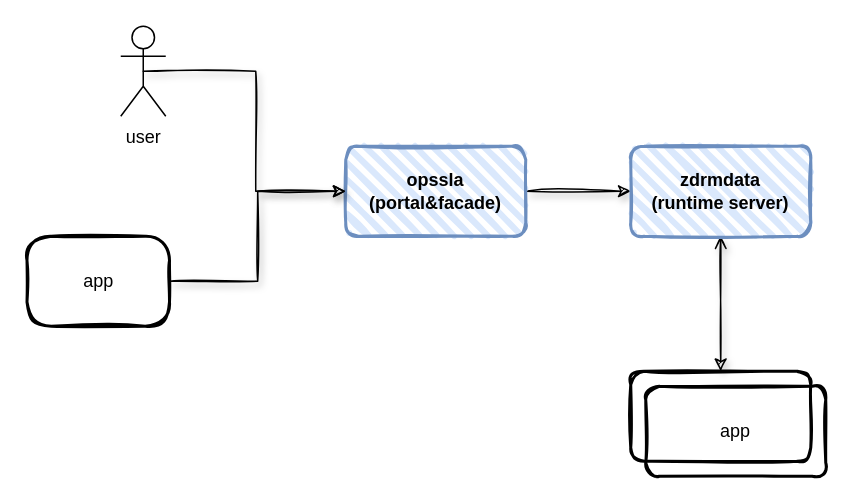
This is page "Page-2" (1 of 3) of drm-arch.drawio from atellwu/atellwu.github.io, a draw.io file, before an edit. Source tidied: cells renumbered, new cells numbered last; positions are measured from the earlier drawing's top-left corner, leaving out a move shared by most shapes. Both pictures are drawn from the tidied source at 150%, with x=0, y=0 at pixel (27, 26).
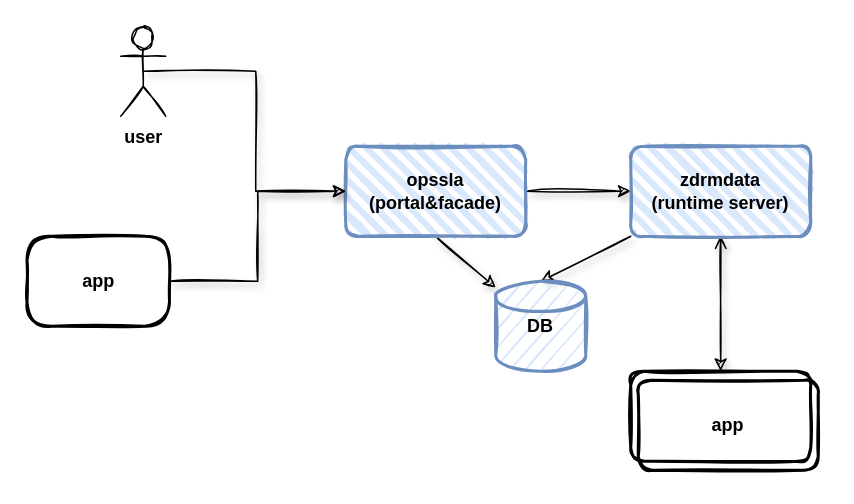
The same diagram, later.

What changed in the source:
```diff
@@
 <mxGraphModel>
   <root>
     <mxCell id="0" />
     <mxCell id="1" parent="0" />
     <mxCell id="2" style="edgeStyle=orthogonalEdgeStyle;rounded=0;jettySize=auto;html=1;exitX=1;exitY=0.5;exitDx=0;exitDy=0;entryX=0;entryY=0.5;entryDx=0;entryDy=0;shadow=1;sketch=1;" parent="1" edge="1" source="3" target="5">
       <mxGeometry relative="1" as="geometry" />
     </mxCell>
+    <mxCell id="12" style="edgeStyle=none;rounded=1;sketch=1;jettySize=auto;html=1;exitX=0.5;exitY=1;exitDx=0;exitDy=0;shadow=1;startArrow=none;startFill=0;" parent="1" edge="1" source="3" target="17">
+      <mxGeometry relative="1" as="geometry" />
+    </mxCell>
     <mxCell id="3" value="&lt;b&gt;opssla&lt;br&gt;(portal&amp;amp;facade)&lt;/b&gt;" style="rounded=1;whiteSpace=wrap;html=1;strokeWidth=2;fillWeight=4;hachureGap=8;hachureAngle=45;sketch=1;fillColor=#dae8fc;strokeColor=#6c8ebf;" parent="1" vertex="1">
       <mxGeometry x="212" y="80" width="120" height="60" as="geometry" />
     </mxCell>
     <mxCell id="4" style="edgeStyle=orthogonalEdgeStyle;rounded=0;jettySize=auto;html=1;exitX=0.5;exitY=1;exitDx=0;exitDy=0;entryX=0.5;entryY=0;entryDx=0;entryDy=0;startArrow=open;startFill=0;shadow=1;sketch=1;" parent="1" edge="1" source="5" target="6">
       <mxGeometry relative="1" as="geometry" />
     </mxCell>
+    <mxCell id="13" style="edgeStyle=none;rounded=1;sketch=1;jettySize=auto;html=1;exitX=0;exitY=1;exitDx=0;exitDy=0;entryX=0.5;entryY=0;entryDx=0;entryDy=0;entryPerimeter=0;shadow=1;startArrow=none;startFill=0;" parent="1" edge="1" source="5" target="17">
+      <mxGeometry relative="1" as="geometry" />
+    </mxCell>
     <mxCell id="5" value="&lt;b&gt;zdrmdata&lt;br&gt;(runtime server)&lt;/b&gt;" style="rounded=1;whiteSpace=wrap;html=1;strokeWidth=2;fillWeight=4;hachureGap=8;hachureAngle=45;sketch=1;fillColor=#dae8fc;strokeColor=#6c8ebf;" parent="1" vertex="1">
       <mxGeometry x="402" y="80" width="120" height="60" as="geometry" />
     </mxCell>
     <mxCell id="6" style="rounded=1;whiteSpace=wrap;html=1;strokeWidth=2;fillWeight=4;hachureGap=8;hachureAngle=45;sketch=1;fillColor=none;" parent="1" vertex="1">
       <mxGeometry x="402" y="230" width="120" height="60" as="geometry" />
     </mxCell>
     <mxCell id="7" style="edgeStyle=orthogonalEdgeStyle;rounded=0;jettySize=auto;html=1;exitX=0.5;exitY=0.5;exitDx=0;exitDy=0;exitPerimeter=0;entryX=0;entryY=0.5;entryDx=0;entryDy=0;shadow=1;sketch=1;" parent="1" edge="1" source="8" target="3">
       <mxGeometry relative="1" as="geometry" />
     </mxCell>
-    <mxCell id="8" value="user" style="shape=umlActor;verticalLabelPosition=bottom;verticalAlign=top;html=1;outlineConnect=0;" parent="1" vertex="1">
+    <mxCell id="8" value="&lt;b&gt;user&lt;/b&gt;" style="shape=umlActor;verticalLabelPosition=bottom;verticalAlign=top;html=1;outlineConnect=0;sketch=1;" parent="1" vertex="1">
       <mxGeometry x="62" width="30" height="60" as="geometry" />
     </mxCell>
-    <mxCell id="9" style="edgeStyle=orthogonalEdgeStyle;rounded=0;jettySize=auto;html=1;exitX=1;exitY=0.5;exitDx=0;exitDy=0;entryX=0;entryY=0.5;entryDx=0;entryDy=0;shadow=1;sketch=1;" parent="1" edge="1" source="10" target="3">
-      <mxGeometry relative="1" as="geometry" />
-    </mxCell>
-    <mxCell id="10" value="app" style="rounded=1;whiteSpace=wrap;html=1;strokeWidth=2;fillWeight=4;hachureGap=8;hachureAngle=45;sketch=1;fillColor=none;arcSize=27;" parent="1" vertex="1">
-      <mxGeometry x="-0.5" y="140" width="95" height="60" as="geometry" />
-    </mxCell>
-    <mxCell id="11" value="app" style="rounded=1;whiteSpace=wrap;html=1;strokeWidth=2;fillWeight=4;hachureGap=8;hachureAngle=45;sketch=1;fillColor=none;" parent="1" vertex="1">
-      <mxGeometry x="412" y="240" width="120" height="60" as="geometry" />
-    </mxCell>
+    <mxCell id="14" style="edgeStyle=orthogonalEdgeStyle;rounded=0;jettySize=auto;html=1;exitX=1;exitY=0.5;exitDx=0;exitDy=0;entryX=0;entryY=0.5;entryDx=0;entryDy=0;shadow=1;sketch=1;" parent="1" edge="1" source="15" target="3">
+      <mxGeometry relative="1" as="geometry" />
+    </mxCell>
+    <mxCell id="15" value="&lt;b&gt;app&lt;/b&gt;" style="rounded=1;whiteSpace=wrap;html=1;strokeWidth=2;fillWeight=4;hachureGap=8;hachureAngle=45;sketch=1;fillColor=none;arcSize=27;" parent="1" vertex="1">
+      <mxGeometry x="-0.5" y="140" width="95" height="60" as="geometry" />
+    </mxCell>
+    <mxCell id="16" value="&lt;b&gt;app&lt;/b&gt;" style="rounded=1;whiteSpace=wrap;html=1;strokeWidth=2;fillWeight=4;hachureGap=8;hachureAngle=45;sketch=1;fillColor=none;" parent="1" vertex="1">
+      <mxGeometry x="407" y="236" width="120" height="60" as="geometry" />
+    </mxCell>
+    <mxCell id="17" value="&lt;b&gt;DB&lt;/b&gt;" style="strokeWidth=2;html=1;shape=mxgraph.flowchart.database;whiteSpace=wrap;sketch=1;shadow=0;fillColor=#dae8fc;strokeColor=#6c8ebf;" parent="1" vertex="1">
+      <mxGeometry x="312" y="170" width="60" height="60" as="geometry" />
+    </mxCell>
   </root>
 </mxGraphModel>
```
